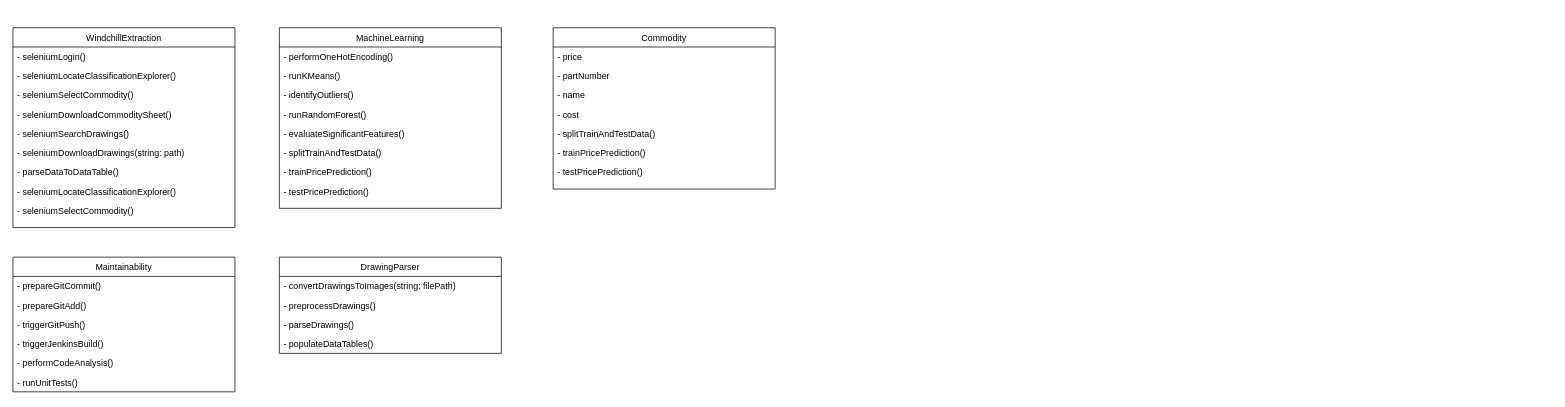
This is Detailed UML Derivative.drawio from chiragv24/Dissertation-Code, a draw.io file, before an edit. Source tidied: cells renumbered, new cells numbered last; positions are measured from the earlier drawing's top-left corner, leaving out a move shared by most shapes. Both pictures are drawn from the tidied source at 74%, with x=0, y=0 at pixel (13, 27).
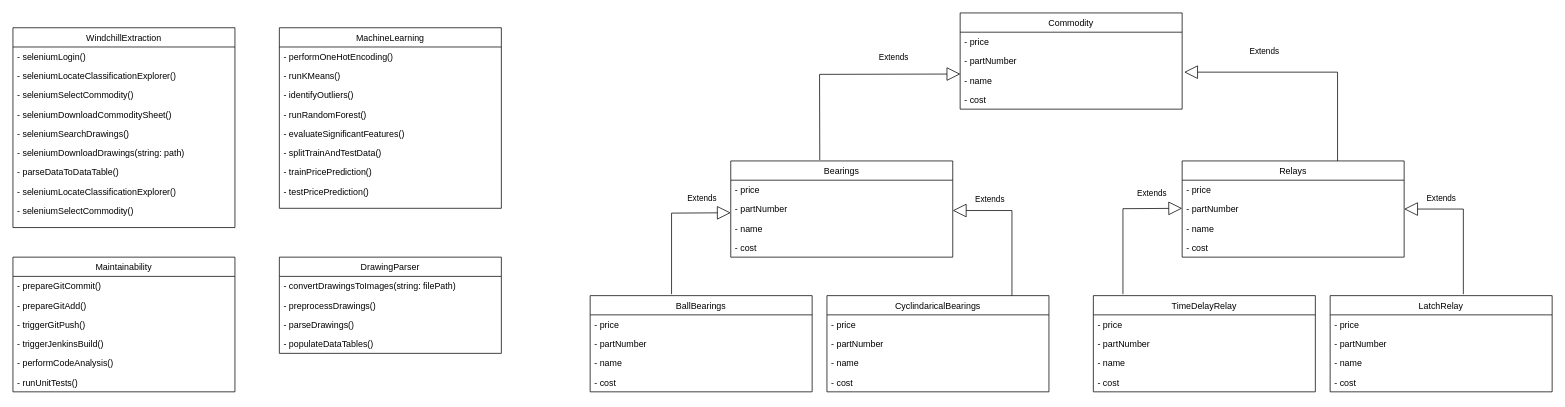
After the change.

The change refers to these unchanged cells:
```xml
<mxCell id="35" value="- partNumber" style="text;strokeColor=none;fillColor=none;align=left;verticalAlign=top;spacingLeft=4;spacingRight=4;overflow=hidden;points=[[0,0.5],[1,0.5]];portConstraint=eastwest;" parent="33" vertex="1">
  <mxGeometry y="52" width="300" height="26" as="geometry" />
</mxCell>
```

The edit, as a diff of the source:
```diff
@@
     <mxCell id="33" value="Commodity" style="swimlane;fontStyle=0;horizontal=1;startSize=26;fillColor=none;" parent="1" vertex="1">
-      <mxGeometry x="730" width="300" height="218" as="geometry" />
+      <mxGeometry x="1280" y="-20" width="300" height="130" as="geometry" />
     </mxCell>
@@
-    <mxCell id="38" value="- splitTrainAndTestData()&#10;" style="text;strokeColor=none;fillColor=none;align=left;verticalAlign=top;spacingLeft=4;spacingRight=4;overflow=hidden;" parent="33" vertex="1">
-      <mxGeometry y="130" width="300" height="26" as="geometry" />
-    </mxCell>
-    <mxCell id="39" value="- trainPricePrediction()&#10;" style="text;strokeColor=none;fillColor=none;align=left;verticalAlign=top;spacingLeft=4;spacingRight=4;overflow=hidden;" parent="33" vertex="1">
-      <mxGeometry y="156" width="300" height="26" as="geometry" />
-    </mxCell>
-    <mxCell id="40" value="- testPricePrediction()" style="text;strokeColor=none;fillColor=none;align=left;verticalAlign=top;spacingLeft=4;spacingRight=4;overflow=hidden;" parent="33" vertex="1">
-      <mxGeometry y="182" width="300" height="36" as="geometry" />
-    </mxCell>
+    <mxCell id="41" value="Bearings" style="swimlane;fontStyle=0;horizontal=1;startSize=26;fillColor=none;" parent="1" vertex="1">
+      <mxGeometry x="970" y="180" width="300" height="130" as="geometry" />
+    </mxCell>
+    <mxCell id="42" value="- price" style="text;strokeColor=none;fillColor=none;align=left;verticalAlign=top;spacingLeft=4;spacingRight=4;overflow=hidden;" parent="41" vertex="1">
+      <mxGeometry y="26" width="300" height="26" as="geometry" />
+    </mxCell>
+    <mxCell id="43" value="- partNumber" style="text;strokeColor=none;fillColor=none;align=left;verticalAlign=top;spacingLeft=4;spacingRight=4;overflow=hidden;" parent="41" vertex="1">
+      <mxGeometry y="52" width="300" height="26" as="geometry" />
+    </mxCell>
+    <mxCell id="44" value="Extends" style="endArrow=block;endSize=16;endFill=0;html=1;rounded=0;" parent="41" edge="1">
+      <mxGeometry x="0.59" y="20" relative="1" as="geometry">
+        <mxPoint x="-80" y="180" as="sourcePoint" />
+        <mxPoint y="70" as="targetPoint" />
+        <Array as="points">
+          <mxPoint x="-80" y="70.5" />
+        </Array>
+      </mxGeometry>
+    </mxCell>
+    <mxCell id="45" value="- name" style="text;strokeColor=none;fillColor=none;align=left;verticalAlign=top;spacingLeft=4;spacingRight=4;overflow=hidden;" parent="41" vertex="1">
+      <mxGeometry y="78" width="300" height="26" as="geometry" />
+    </mxCell>
+    <mxCell id="46" value="- cost " style="text;strokeColor=none;fillColor=none;align=left;verticalAlign=top;spacingLeft=4;spacingRight=4;overflow=hidden;" parent="41" vertex="1">
+      <mxGeometry y="104" width="300" height="26" as="geometry" />
+    </mxCell>
+    <mxCell id="47" value="Relays" style="swimlane;fontStyle=0;horizontal=1;startSize=26;fillColor=none;" parent="1" vertex="1">
+      <mxGeometry x="1580" y="180" width="300" height="130" as="geometry" />
+    </mxCell>
+    <mxCell id="48" value="- price" style="text;strokeColor=none;fillColor=none;align=left;verticalAlign=top;spacingLeft=4;spacingRight=4;overflow=hidden;" parent="47" vertex="1">
+      <mxGeometry y="26" width="300" height="26" as="geometry" />
+    </mxCell>
+    <mxCell id="49" value="- partNumber" style="text;strokeColor=none;fillColor=none;align=left;verticalAlign=top;spacingLeft=4;spacingRight=4;overflow=hidden;points=[[0,0.5],[1,0.5]];portConstraint=eastwest;" parent="47" vertex="1">
+      <mxGeometry y="52" width="300" height="26" as="geometry" />
+    </mxCell>
+    <mxCell id="50" value="- name" style="text;strokeColor=none;fillColor=none;align=left;verticalAlign=top;spacingLeft=4;spacingRight=4;overflow=hidden;" parent="47" vertex="1">
+      <mxGeometry y="78" width="300" height="26" as="geometry" />
+    </mxCell>
+    <mxCell id="51" value="- cost " style="text;strokeColor=none;fillColor=none;align=left;verticalAlign=top;spacingLeft=4;spacingRight=4;overflow=hidden;" parent="47" vertex="1">
+      <mxGeometry y="104" width="300" height="26" as="geometry" />
+    </mxCell>
+    <mxCell id="52" value="BallBearings" style="swimlane;fontStyle=0;horizontal=1;startSize=26;fillColor=none;" parent="1" vertex="1">
+      <mxGeometry x="780" y="362" width="300" height="130" as="geometry" />
+    </mxCell>
+    <mxCell id="53" value="- price" style="text;strokeColor=none;fillColor=none;align=left;verticalAlign=top;spacingLeft=4;spacingRight=4;overflow=hidden;" parent="52" vertex="1">
+      <mxGeometry y="26" width="300" height="26" as="geometry" />
+    </mxCell>
+    <mxCell id="54" value="- partNumber" style="text;strokeColor=none;fillColor=none;align=left;verticalAlign=top;spacingLeft=4;spacingRight=4;overflow=hidden;" parent="52" vertex="1">
+      <mxGeometry y="52" width="300" height="26" as="geometry" />
+    </mxCell>
+    <mxCell id="55" value="- name" style="text;strokeColor=none;fillColor=none;align=left;verticalAlign=top;spacingLeft=4;spacingRight=4;overflow=hidden;" parent="52" vertex="1">
+      <mxGeometry y="78" width="300" height="26" as="geometry" />
+    </mxCell>
+    <mxCell id="56" value="- cost " style="text;strokeColor=none;fillColor=none;align=left;verticalAlign=top;spacingLeft=4;spacingRight=4;overflow=hidden;" parent="52" vertex="1">
+      <mxGeometry y="104" width="300" height="26" as="geometry" />
+    </mxCell>
+    <mxCell id="57" value="CyclindaricalBearings" style="swimlane;fontStyle=0;horizontal=1;startSize=26;fillColor=none;" parent="1" vertex="1">
+      <mxGeometry x="1100" y="362" width="300" height="130" as="geometry" />
+    </mxCell>
+    <mxCell id="58" value="- price" style="text;strokeColor=none;fillColor=none;align=left;verticalAlign=top;spacingLeft=4;spacingRight=4;overflow=hidden;" parent="57" vertex="1">
+      <mxGeometry y="26" width="300" height="26" as="geometry" />
+    </mxCell>
+    <mxCell id="59" value="- partNumber" style="text;strokeColor=none;fillColor=none;align=left;verticalAlign=top;spacingLeft=4;spacingRight=4;overflow=hidden;" parent="57" vertex="1">
+      <mxGeometry y="52" width="300" height="26" as="geometry" />
+    </mxCell>
+    <mxCell id="60" value="- name" style="text;strokeColor=none;fillColor=none;align=left;verticalAlign=top;spacingLeft=4;spacingRight=4;overflow=hidden;" parent="57" vertex="1">
+      <mxGeometry y="78" width="300" height="26" as="geometry" />
+    </mxCell>
+    <mxCell id="61" value="- cost " style="text;strokeColor=none;fillColor=none;align=left;verticalAlign=top;spacingLeft=4;spacingRight=4;overflow=hidden;" parent="57" vertex="1">
+      <mxGeometry y="104" width="300" height="26" as="geometry" />
+    </mxCell>
+    <mxCell id="62" value="LatchRelay" style="swimlane;fontStyle=0;horizontal=1;startSize=26;fillColor=none;" parent="1" vertex="1">
+      <mxGeometry x="1780" y="362" width="300" height="130" as="geometry" />
+    </mxCell>
+    <mxCell id="63" value="- price" style="text;strokeColor=none;fillColor=none;align=left;verticalAlign=top;spacingLeft=4;spacingRight=4;overflow=hidden;" parent="62" vertex="1">
+      <mxGeometry y="26" width="300" height="26" as="geometry" />
+    </mxCell>
+    <mxCell id="64" value="- partNumber" style="text;strokeColor=none;fillColor=none;align=left;verticalAlign=top;spacingLeft=4;spacingRight=4;overflow=hidden;" parent="62" vertex="1">
+      <mxGeometry y="52" width="300" height="26" as="geometry" />
+    </mxCell>
+    <mxCell id="65" value="- name" style="text;strokeColor=none;fillColor=none;align=left;verticalAlign=top;spacingLeft=4;spacingRight=4;overflow=hidden;" parent="62" vertex="1">
+      <mxGeometry y="78" width="300" height="26" as="geometry" />
+    </mxCell>
+    <mxCell id="66" value="- cost " style="text;strokeColor=none;fillColor=none;align=left;verticalAlign=top;spacingLeft=4;spacingRight=4;overflow=hidden;" parent="62" vertex="1">
+      <mxGeometry y="104" width="300" height="26" as="geometry" />
+    </mxCell>
+    <mxCell id="67" value="TimeDelayRelay" style="swimlane;fontStyle=0;horizontal=1;startSize=26;fillColor=none;" parent="1" vertex="1">
+      <mxGeometry x="1460" y="362" width="300" height="130" as="geometry" />
+    </mxCell>
+    <mxCell id="68" value="- price" style="text;strokeColor=none;fillColor=none;align=left;verticalAlign=top;spacingLeft=4;spacingRight=4;overflow=hidden;" parent="67" vertex="1">
+      <mxGeometry y="26" width="300" height="26" as="geometry" />
+    </mxCell>
+    <mxCell id="69" value="- partNumber" style="text;strokeColor=none;fillColor=none;align=left;verticalAlign=top;spacingLeft=4;spacingRight=4;overflow=hidden;" parent="67" vertex="1">
+      <mxGeometry y="52" width="300" height="26" as="geometry" />
+    </mxCell>
+    <mxCell id="70" value="- name" style="text;strokeColor=none;fillColor=none;align=left;verticalAlign=top;spacingLeft=4;spacingRight=4;overflow=hidden;" parent="67" vertex="1">
+      <mxGeometry y="78" width="300" height="26" as="geometry" />
+    </mxCell>
+    <mxCell id="71" value="- cost " style="text;strokeColor=none;fillColor=none;align=left;verticalAlign=top;spacingLeft=4;spacingRight=4;overflow=hidden;" parent="67" vertex="1">
+      <mxGeometry y="104" width="300" height="26" as="geometry" />
+    </mxCell>
+    <mxCell id="72" value="Extends" style="endArrow=block;endSize=16;endFill=0;html=1;rounded=0;entryX=0.001;entryY=1.174;entryDx=0;entryDy=0;entryPerimeter=0;exitX=0.401;exitY=-0.01;exitDx=0;exitDy=0;exitPerimeter=0;" parent="1" edge="1" source="41" target="35">
+      <mxGeometry x="0.41" y="23" relative="1" as="geometry">
+        <Array as="points">
+          <mxPoint x="1090" y="63" />
+        </Array>
+      </mxGeometry>
+    </mxCell>
+    <mxCell id="73" value="Extends" style="endArrow=block;endSize=16;endFill=0;html=1;rounded=0;entryX=1.009;entryY=1.077;entryDx=0;entryDy=0;entryPerimeter=0;exitX=0.7;exitY=0;exitDx=0;exitDy=0;exitPerimeter=0;" parent="1" edge="1" source="47" target="35">
+      <mxGeometry x="0.34" y="-28" relative="1" as="geometry">
+        <Array as="points">
+          <mxPoint x="1790" y="60" />
+        </Array>
+      </mxGeometry>
+    </mxCell>
+    <mxCell id="74" value="Extends" style="endArrow=block;endSize=16;endFill=0;html=1;rounded=0;" parent="1" edge="1">
+      <mxGeometry x="0.59" y="20" relative="1" as="geometry">
+        <mxPoint x="1500" y="360" as="sourcePoint" />
+        <mxPoint x="1580" y="244" as="targetPoint" />
+        <Array as="points">
+          <mxPoint x="1500" y="244.5" />
+        </Array>
+      </mxGeometry>
+    </mxCell>
+    <mxCell id="75" value="Extends" style="endArrow=block;endSize=16;endFill=0;html=1;rounded=0;entryX=1;entryY=0.5;entryDx=0;entryDy=0;" parent="1" edge="1" target="49">
+      <mxGeometry x="0.49" y="-15" relative="1" as="geometry">
+        <mxPoint x="1960" y="360" as="sourcePoint" />
+        <Array as="points">
+          <mxPoint x="1960" y="245" />
+        </Array>
+      </mxGeometry>
+    </mxCell>
+    <mxCell id="76" value="Extends" style="endArrow=block;endSize=16;endFill=0;html=1;rounded=0;entryX=1;entryY=0.5;entryDx=0;entryDy=0;" parent="1" edge="1">
+      <mxGeometry x="0.49" y="-15" relative="1" as="geometry">
+        <mxPoint x="1350" y="362" as="sourcePoint" />
+        <mxPoint x="1270" y="247" as="targetPoint" />
+        <Array as="points">
+          <mxPoint x="1350" y="247" />
+        </Array>
+      </mxGeometry>
+    </mxCell>
```
